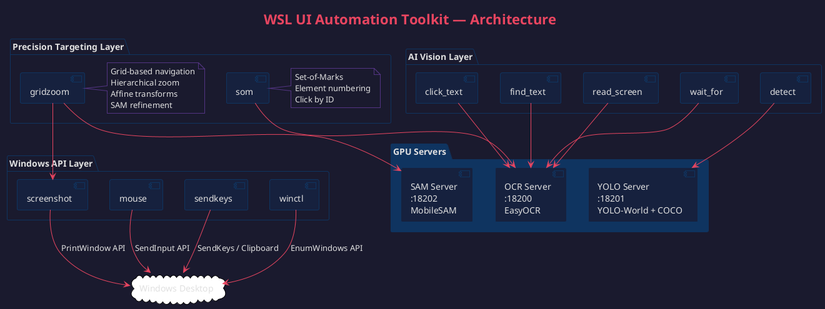
gradusnikov/wsl-ui-automation keeps this PlantUML diagram as docs/diagrams/architecture.png. Above is the earlier version. Its diagram source:
```plantuml
@startuml architecture
!theme plain
skinparam backgroundColor #1a1a2e
skinparam defaultFontColor #e0e0e0
skinparam componentBackgroundColor #16213e
skinparam componentBorderColor #0f3460
skinparam packageBackgroundColor #1a1a2e
skinparam packageBorderColor #0f3460
skinparam arrowColor #e94560
skinparam noteBorderColor #533483
skinparam noteBackgroundColor #1a1a2e
skinparam titleFontColor #e94560

title WSL UI Automation Toolkit — Architecture

package "Precision Targeting Layer" as precision #1a1a2e {
  [gridzoom] as gz
  [som] as som
  note right of gz
    Grid-based navigation
    Hierarchical zoom
    Affine transforms
    SAM refinement
  end note
  note right of som
    Set-of-Marks
    Element numbering
    Click by ID
  end note
}

package "AI Vision Layer" as vision #1a1a2e {
  [click_text] as ct
  [find_text] as ft
  [read_screen] as rs
  [wait_for] as wf
  [detect] as det
}

package "GPU Servers" as servers #0f3460 {
  [OCR Server\n:18200\nEasyOCR] as ocr
  [YOLO Server\n:18201\nYOLO-World + COCO] as yolo
  [SAM Server\n:18202\nMobileSAM] as sam
}

package "Windows API Layer" as winapi #1a1a2e {
  [screenshot] as ss
  [mouse] as m
  [sendkeys] as sk
  [winctl] as wc
}

cloud "Windows Desktop" as desktop {
}

ct --> ocr
ft --> ocr
rs --> ocr
wf --> ocr
som --> ocr
det --> yolo
gz --> sam
gz --> ss

ss --> desktop : PrintWindow API
m --> desktop : SendInput API
sk --> desktop : SendKeys / Clipboard
wc --> desktop : EnumWindows API

@enduml
```
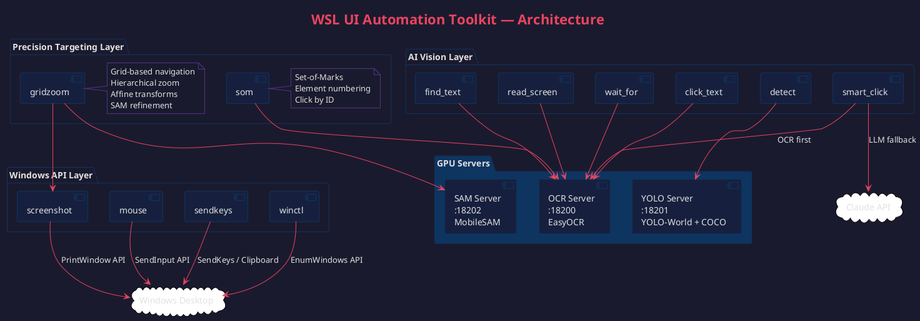
The same file after the commit.

Commit message:
Update architecture and strategy diagrams for smart_click

What changed in the source:
```diff
@@ -30,6 +30,7 @@
 }
 
 package "AI Vision Layer" as vision #1a1a2e {
+  [smart_click] as sc
   [click_text] as ct
   [find_text] as ft
   [read_screen] as rs
@@ -43,6 +44,9 @@
   [SAM Server\n:18202\nMobileSAM] as sam
 }
 
+cloud "Claude API" as api {
+}
+
 package "Windows API Layer" as winapi #1a1a2e {
   [screenshot] as ss
   [mouse] as m
@@ -53,6 +57,8 @@
 cloud "Windows Desktop" as desktop {
 }
 
+sc --> ocr : OCR first
+sc --> api : LLM fallback
 ct --> ocr
 ft --> ocr
 rs --> ocr
```
